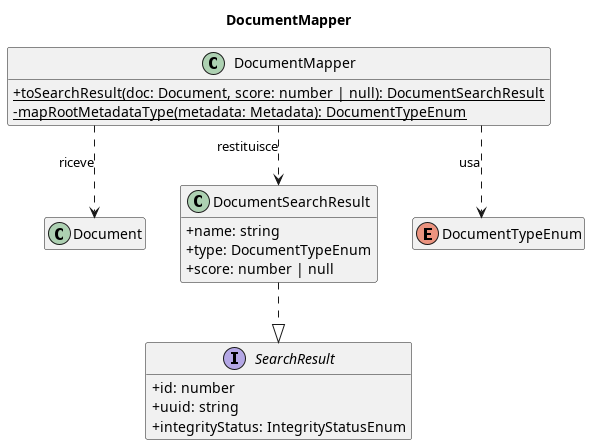
The PlantUML diagram out/3_PB/DocumentiEsterni/DiagrammiSpecificaTecnica/C4/C4_backend_Search/C4_backend_Search-14.png in 7-ZPUs/Docs, before a commit.
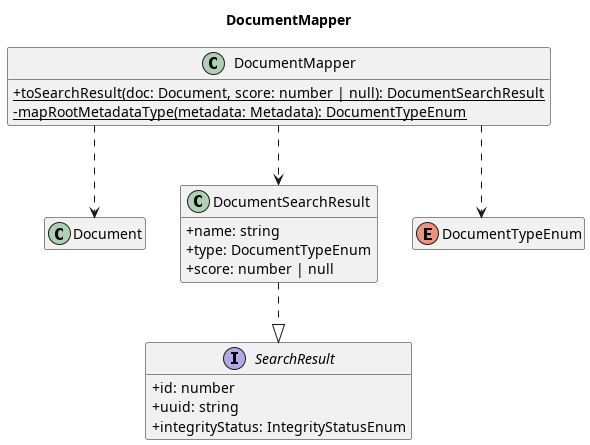
The same diagram one commit later.

What changed in the source:
```diff
@@ -23,8 +23,8 @@
 enum DocumentTypeEnum
 
 DocumentSearchResult ..|> SearchResult
-DocumentMapper ..> Document             : riceve
-DocumentMapper ..> DocumentSearchResult : restituisce
-DocumentMapper ..> DocumentTypeEnum     : usa
+DocumentMapper ..> Document
+DocumentMapper ..> DocumentSearchResult
+DocumentMapper ..> DocumentTypeEnum
 
 @enduml
```
